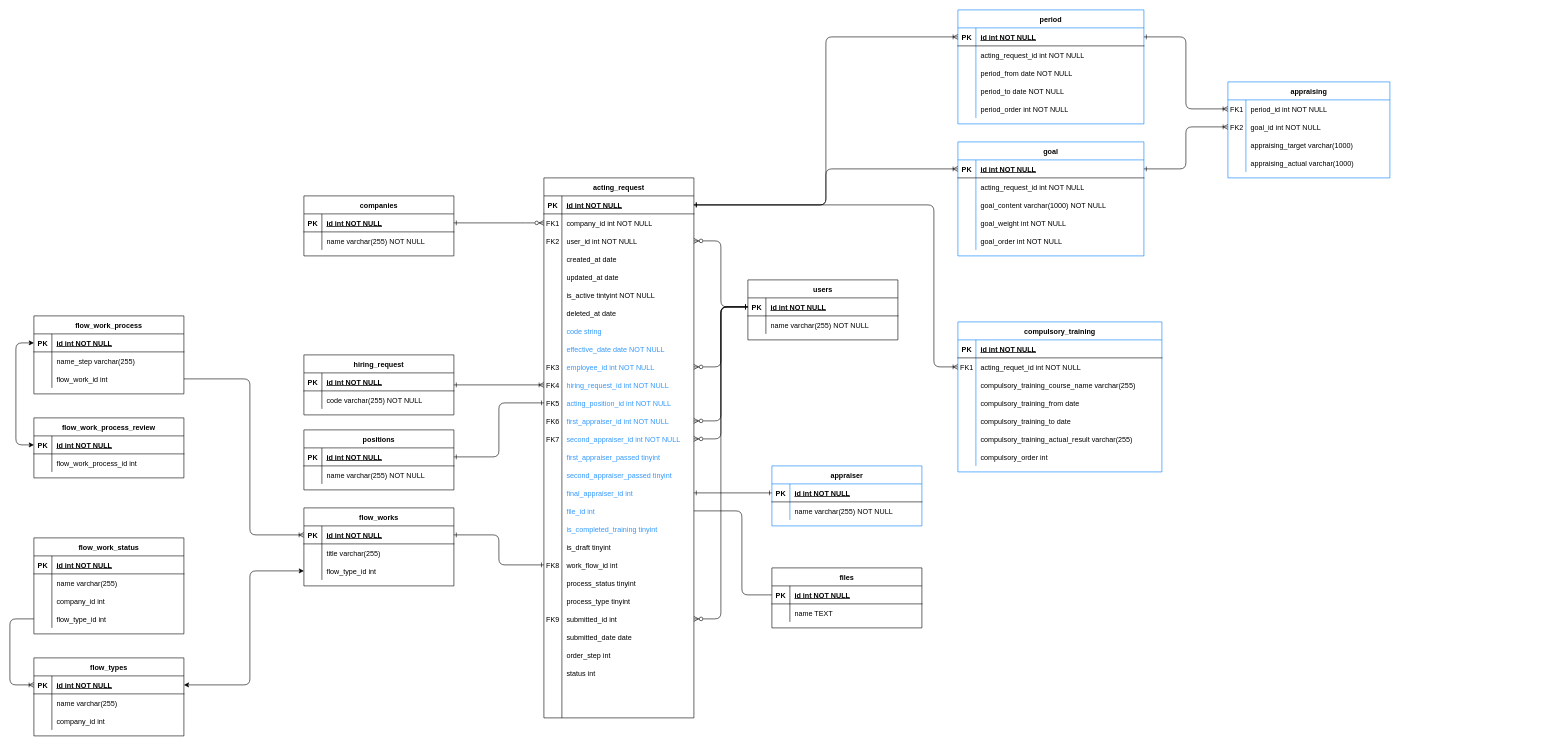
The draw.io diagram hrtech_acting_request.drawio in minh91a1/drawio, before the edit. Source tidied: cells renumbered, new cells numbered last; positions are measured from the earlier drawing's top-left corner, leaving out a move shared by most shapes. Both pictures are drawn from the tidied source at 60%, with x=0, y=0 at pixel (10, 10).
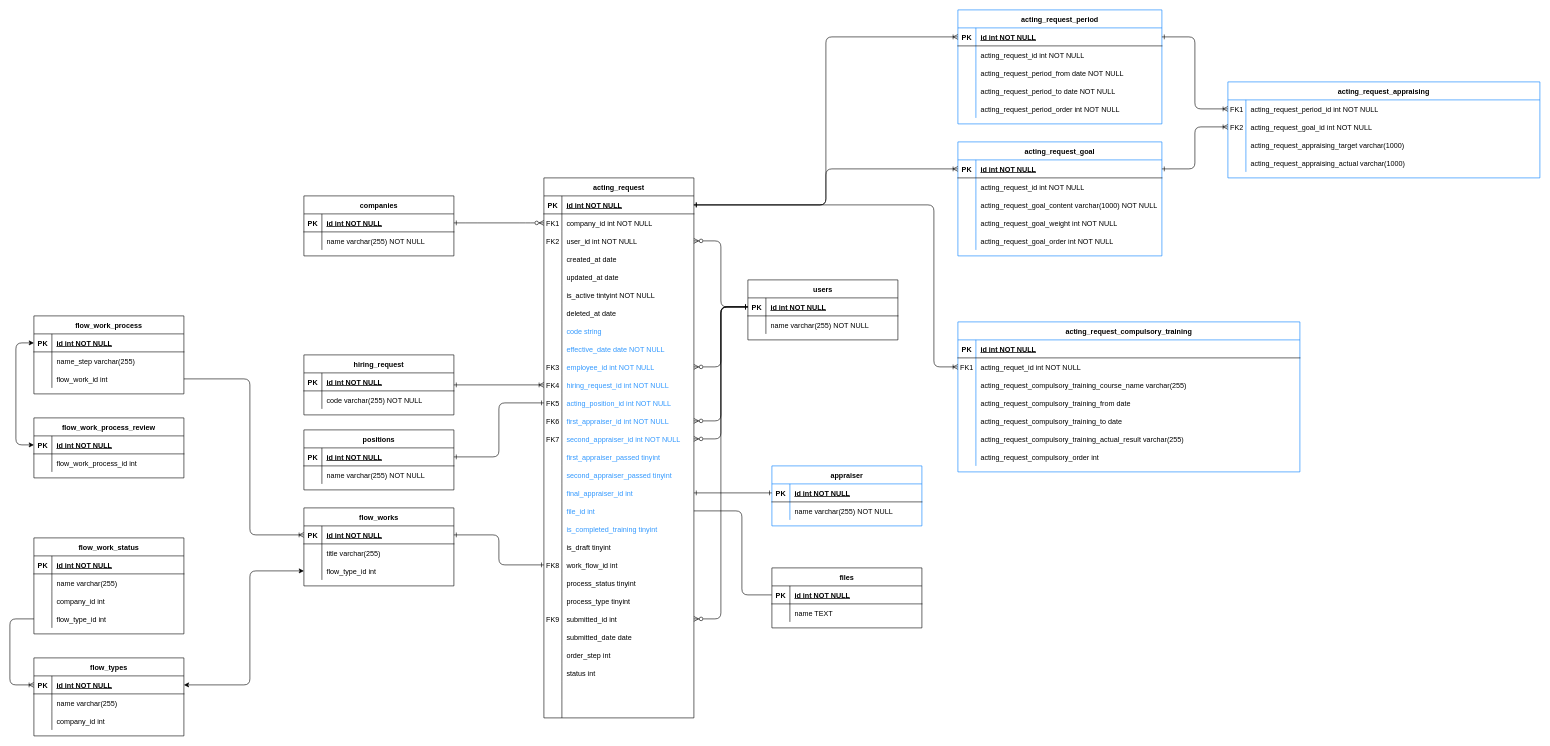
Above is the later version.

Diff of the diagram source:
```diff
@@
-    <mxCell id="132" value="period" style="shape=table;startSize=30;childLayout=tableLayout;rowLines=0;fontStyle=1;align=center;strokeColor=#007FFF;" parent="1" vertex="1">
-      <mxGeometry x="1580" width="310" height="190" as="geometry" />
+    <mxCell id="132" value="acting_request_period" style="shape=table;startSize=30;childLayout=tableLayout;rowLines=0;fontStyle=1;align=center;strokeColor=#007FFF;" parent="1" vertex="1">
+      <mxGeometry x="1580" width="340" height="190" as="geometry" />
     </mxCell>
     <mxCell id="133" style="shape=partialRectangle;fillColor=none;points=[[0,0.5],[1,0.5]];portConstraint=eastwest;top=0;left=0;right=0;bottom=1;" parent="132" vertex="1">
-      <mxGeometry y="30" width="310" height="30" as="geometry" />
+      <mxGeometry y="30" width="340" height="30" as="geometry" />
     </mxCell>
@@
     <mxCell id="135" value="id int NOT NULL " style="shape=partialRectangle;overflow=hidden;fillColor=none;top=0;left=0;bottom=0;right=0;align=left;spacingLeft=6;fontStyle=5;" parent="133" vertex="1">
-      <mxGeometry x="30" width="280" height="30" as="geometry" />
+      <mxGeometry x="30" width="310" height="30" as="geometry" />
     </mxCell>
     <mxCell id="136" style="shape=partialRectangle;fillColor=none;top=0;left=0;right=0;bottom=0;" parent="132" vertex="1">
-      <mxGeometry y="60" width="310" height="30" as="geometry" />
+      <mxGeometry y="60" width="340" height="30" as="geometry" />
     </mxCell>
@@
     <mxCell id="138" value="acting_request_id int NOT NULL" style="shape=partialRectangle;overflow=hidden;fillColor=none;top=0;left=0;bottom=0;right=0;align=left;spacingLeft=6;" parent="136" vertex="1">
-      <mxGeometry x="30" width="280" height="30" as="geometry" />
+      <mxGeometry x="30" width="310" height="30" as="geometry" />
     </mxCell>
     <mxCell id="139" style="shape=partialRectangle;fillColor=none;top=0;left=0;right=0;bottom=0;" parent="132" vertex="1">
-      <mxGeometry y="90" width="310" height="30" as="geometry" />
+      <mxGeometry y="90" width="340" height="30" as="geometry" />
     </mxCell>
@@
-    <mxCell id="141" value="period_from date NOT NULL" style="shape=partialRectangle;overflow=hidden;fillColor=none;top=0;left=0;bottom=0;right=0;align=left;spacingLeft=6;" parent="139" vertex="1">
-      <mxGeometry x="30" width="280" height="30" as="geometry" />
+    <mxCell id="141" value="acting_request_period_from date NOT NULL" style="shape=partialRectangle;overflow=hidden;fillColor=none;top=0;left=0;bottom=0;right=0;align=left;spacingLeft=6;" parent="139" vertex="1">
+      <mxGeometry x="30" width="310" height="30" as="geometry" />
     </mxCell>
     <mxCell id="142" style="shape=partialRectangle;fillColor=none;top=0;left=0;right=0;bottom=0;" parent="132" vertex="1">
-      <mxGeometry y="120" width="310" height="30" as="geometry" />
+      <mxGeometry y="120" width="340" height="30" as="geometry" />
     </mxCell>
@@
-    <mxCell id="144" value="period_to date NOT NULL" style="shape=partialRectangle;overflow=hidden;fillColor=none;top=0;left=0;bottom=0;right=0;align=left;spacingLeft=6;" parent="142" vertex="1">
-      <mxGeometry x="30" width="280" height="30" as="geometry" />
+    <mxCell id="144" value="acting_request_period_to date NOT NULL" style="shape=partialRectangle;overflow=hidden;fillColor=none;top=0;left=0;bottom=0;right=0;align=left;spacingLeft=6;" parent="142" vertex="1">
+      <mxGeometry x="30" width="310" height="30" as="geometry" />
     </mxCell>
     <mxCell id="145" style="shape=partialRectangle;fillColor=none;top=0;left=0;right=0;bottom=0;" parent="132" vertex="1">
-      <mxGeometry y="150" width="310" height="30" as="geometry" />
+      <mxGeometry y="150" width="340" height="30" as="geometry" />
     </mxCell>
@@
-    <mxCell id="147" value="period_order int NOT NULL" style="shape=partialRectangle;overflow=hidden;fillColor=none;top=0;left=0;bottom=0;right=0;align=left;spacingLeft=6;" parent="145" vertex="1">
-      <mxGeometry x="30" width="280" height="30" as="geometry" />
+    <mxCell id="147" value="acting_request_period_order int NOT NULL" style="shape=partialRectangle;overflow=hidden;fillColor=none;top=0;left=0;bottom=0;right=0;align=left;spacingLeft=6;" parent="145" vertex="1">
+      <mxGeometry x="30" width="310" height="30" as="geometry" />
     </mxCell>
-    <mxCell id="148" value="goal" style="shape=table;startSize=30;childLayout=tableLayout;rowLines=0;fontStyle=1;align=center;strokeColor=#007FFF;" parent="1" vertex="1">
-      <mxGeometry x="1580" y="220" width="310" height="190" as="geometry" />
+    <mxCell id="148" value="acting_request_goal" style="shape=table;startSize=30;childLayout=tableLayout;rowLines=0;fontStyle=1;align=center;strokeColor=#007FFF;" parent="1" vertex="1">
+      <mxGeometry x="1580" y="220" width="340" height="190" as="geometry" />
     </mxCell>
     <mxCell id="149" style="shape=partialRectangle;fillColor=none;points=[[0,0.5],[1,0.5]];portConstraint=eastwest;top=0;left=0;right=0;bottom=1;" parent="148" vertex="1">
-      <mxGeometry y="30" width="310" height="30" as="geometry" />
+      <mxGeometry y="30" width="340" height="30" as="geometry" />
     </mxCell>
@@
     <mxCell id="151" value="id int NOT NULL " style="shape=partialRectangle;overflow=hidden;fillColor=none;top=0;left=0;bottom=0;right=0;align=left;spacingLeft=6;fontStyle=5;" parent="149" vertex="1">
-      <mxGeometry x="30" width="280" height="30" as="geometry" />
+      <mxGeometry x="30" width="310" height="30" as="geometry" />
     </mxCell>
     <mxCell id="152" style="shape=partialRectangle;fillColor=none;top=0;left=0;right=0;bottom=0;" parent="148" vertex="1">
-      <mxGeometry y="60" width="310" height="30" as="geometry" />
+      <mxGeometry y="60" width="340" height="30" as="geometry" />
     </mxCell>
@@
     <mxCell id="154" value="acting_request_id int NOT NULL" style="shape=partialRectangle;overflow=hidden;fillColor=none;top=0;left=0;bottom=0;right=0;align=left;spacingLeft=6;" parent="152" vertex="1">
-      <mxGeometry x="30" width="280" height="30" as="geometry" />
+      <mxGeometry x="30" width="310" height="30" as="geometry" />
     </mxCell>
     <mxCell id="155" style="shape=partialRectangle;fillColor=none;top=0;left=0;right=0;bottom=0;" parent="148" vertex="1">
-      <mxGeometry y="90" width="310" height="30" as="geometry" />
+      <mxGeometry y="90" width="340" height="30" as="geometry" />
     </mxCell>
@@
-    <mxCell id="157" value="goal_content varchar(1000) NOT NULL" style="shape=partialRectangle;overflow=hidden;fillColor=none;top=0;left=0;bottom=0;right=0;align=left;spacingLeft=6;" parent="155" vertex="1">
-      <mxGeometry x="30" width="280" height="30" as="geometry" />
+    <mxCell id="157" value="acting_request_goal_content varchar(1000) NOT NULL" style="shape=partialRectangle;overflow=hidden;fillColor=none;top=0;left=0;bottom=0;right=0;align=left;spacingLeft=6;" parent="155" vertex="1">
+      <mxGeometry x="30" width="310" height="30" as="geometry" />
     </mxCell>
     <mxCell id="158" style="shape=partialRectangle;fillColor=none;top=0;left=0;right=0;bottom=0;" parent="148" vertex="1">
-      <mxGeometry y="120" width="310" height="30" as="geometry" />
+      <mxGeometry y="120" width="340" height="30" as="geometry" />
     </mxCell>
@@
-    <mxCell id="160" value="goal_weight int NOT NULL" style="shape=partialRectangle;overflow=hidden;fillColor=none;top=0;left=0;bottom=0;right=0;align=left;spacingLeft=6;" parent="158" vertex="1">
-      <mxGeometry x="30" width="280" height="30" as="geometry" />
+    <mxCell id="160" value="acting_request_goal_weight int NOT NULL" style="shape=partialRectangle;overflow=hidden;fillColor=none;top=0;left=0;bottom=0;right=0;align=left;spacingLeft=6;" parent="158" vertex="1">
+      <mxGeometry x="30" width="310" height="30" as="geometry" />
     </mxCell>
     <mxCell id="161" style="shape=partialRectangle;fillColor=none;top=0;left=0;right=0;bottom=0;" parent="148" vertex="1">
-      <mxGeometry y="150" width="310" height="30" as="geometry" />
+      <mxGeometry y="150" width="340" height="30" as="geometry" />
     </mxCell>
@@
-    <mxCell id="163" value="goal_order int NOT NULL" style="shape=partialRectangle;overflow=hidden;fillColor=none;top=0;left=0;bottom=0;right=0;align=left;spacingLeft=6;" parent="161" vertex="1">
-      <mxGeometry x="30" width="280" height="30" as="geometry" />
+    <mxCell id="163" value="acting_request_goal_order int NOT NULL" style="shape=partialRectangle;overflow=hidden;fillColor=none;top=0;left=0;bottom=0;right=0;align=left;spacingLeft=6;" parent="161" vertex="1">
+      <mxGeometry x="30" width="310" height="30" as="geometry" />
     </mxCell>
-    <mxCell id="164" value="appraising" style="shape=table;startSize=30;childLayout=tableLayout;rowLines=0;fontStyle=1;align=center;strokeColor=#007FFF;" parent="1" vertex="1">
-      <mxGeometry x="2030" y="120" width="270" height="160" as="geometry" />
+    <mxCell id="164" value="acting_request_appraising" style="shape=table;startSize=30;childLayout=tableLayout;rowLines=0;fontStyle=1;align=center;strokeColor=#007FFF;" parent="1" vertex="1">
+      <mxGeometry x="2030" y="120" width="520" height="160" as="geometry" />
     </mxCell>
     <mxCell id="165" style="shape=partialRectangle;fillColor=none;points=[[0,0.5],[1,0.5]];portConstraint=eastwest;top=0;left=0;right=0;bottom=0;" parent="164" vertex="1">
-      <mxGeometry y="30" width="270" height="30" as="geometry" />
+      <mxGeometry y="30" width="520" height="30" as="geometry" />
     </mxCell>
@@
-    <mxCell id="167" value="period_id int NOT NULL" style="shape=partialRectangle;overflow=hidden;fillColor=none;top=0;left=0;bottom=0;right=0;align=left;spacingLeft=6;" parent="165" vertex="1">
-      <mxGeometry x="30" width="240" height="30" as="geometry" />
+    <mxCell id="167" value="acting_request_period_id int NOT NULL" style="shape=partialRectangle;overflow=hidden;fillColor=none;top=0;left=0;bottom=0;right=0;align=left;spacingLeft=6;" parent="165" vertex="1">
+      <mxGeometry x="30" width="490" height="30" as="geometry" />
     </mxCell>
     <mxCell id="168" style="shape=partialRectangle;fillColor=none;points=[[0,0.5],[1,0.5]];portConstraint=eastwest;top=0;left=0;right=0;bottom=0;" parent="164" vertex="1">
-      <mxGeometry y="60" width="270" height="30" as="geometry" />
+      <mxGeometry y="60" width="520" height="30" as="geometry" />
     </mxCell>
@@
-    <mxCell id="170" value="goal_id int NOT NULL" style="shape=partialRectangle;overflow=hidden;fillColor=none;top=0;left=0;bottom=0;right=0;align=left;spacingLeft=6;" parent="168" vertex="1">
-      <mxGeometry x="30" width="240" height="30" as="geometry" />
+    <mxCell id="170" value="acting_request_goal_id int NOT NULL" style="shape=partialRectangle;overflow=hidden;fillColor=none;top=0;left=0;bottom=0;right=0;align=left;spacingLeft=6;" parent="168" vertex="1">
+      <mxGeometry x="30" width="490" height="30" as="geometry" />
     </mxCell>
     <mxCell id="171" style="shape=partialRectangle;fillColor=none;top=0;left=0;right=0;bottom=0;" parent="164" vertex="1">
-      <mxGeometry y="90" width="270" height="30" as="geometry" />
+      <mxGeometry y="90" width="520" height="30" as="geometry" />
     </mxCell>
@@
-    <mxCell id="173" value="appraising_target varchar(1000)" style="shape=partialRectangle;overflow=hidden;fillColor=none;top=0;left=0;bottom=0;right=0;align=left;spacingLeft=6;" parent="171" vertex="1">
-      <mxGeometry x="30" width="240" height="30" as="geometry" />
+    <mxCell id="173" value="acting_request_appraising_target varchar(1000)" style="shape=partialRectangle;overflow=hidden;fillColor=none;top=0;left=0;bottom=0;right=0;align=left;spacingLeft=6;" parent="171" vertex="1">
+      <mxGeometry x="30" width="490" height="30" as="geometry" />
     </mxCell>
     <mxCell id="174" style="shape=partialRectangle;fillColor=none;top=0;left=0;right=0;bottom=0;" parent="164" vertex="1">
-      <mxGeometry y="120" width="270" height="30" as="geometry" />
+      <mxGeometry y="120" width="520" height="30" as="geometry" />
     </mxCell>
@@
-    <mxCell id="176" value="appraising_actual varchar(1000)" style="shape=partialRectangle;overflow=hidden;fillColor=none;top=0;left=0;bottom=0;right=0;align=left;spacingLeft=6;" parent="174" vertex="1">
-      <mxGeometry x="30" width="240" height="30" as="geometry" />
+    <mxCell id="176" value="acting_request_appraising_actual varchar(1000)" style="shape=partialRectangle;overflow=hidden;fillColor=none;top=0;left=0;bottom=0;right=0;align=left;spacingLeft=6;" parent="174" vertex="1">
+      <mxGeometry x="30" width="490" height="30" as="geometry" />
     </mxCell>
@@
-    <mxCell id="179" value="compulsory_training" style="shape=table;startSize=30;childLayout=tableLayout;rowLines=0;fontStyle=1;align=center;strokeColor=#007FFF;" parent="1" vertex="1">
-      <mxGeometry x="1580" y="520" width="340" height="250" as="geometry" />
+    <mxCell id="179" value="acting_request_compulsory_training" style="shape=table;startSize=30;childLayout=tableLayout;rowLines=0;fontStyle=1;align=center;strokeColor=#007FFF;" parent="1" vertex="1">
+      <mxGeometry x="1580" y="520" width="570" height="250" as="geometry" />
     </mxCell>
     <mxCell id="180" style="shape=partialRectangle;fillColor=none;top=0;left=0;right=0;bottom=1;" parent="179" vertex="1">
-      <mxGeometry y="30" width="340" height="30" as="geometry" />
+      <mxGeometry y="30" width="570" height="30" as="geometry" />
     </mxCell>
@@
     <mxCell id="182" value="id int NOT NULL " style="shape=partialRectangle;overflow=hidden;fillColor=none;top=0;left=0;bottom=0;right=0;align=left;spacingLeft=6;fontStyle=5;" parent="180" vertex="1">
-      <mxGeometry x="30" width="310" height="30" as="geometry" />
+      <mxGeometry x="30" width="540" height="30" as="geometry" />
     </mxCell>
     <mxCell id="183" style="shape=partialRectangle;fillColor=none;points=[[0,0.5],[1,0.5]];portConstraint=eastwest;top=0;left=0;right=0;bottom=0;" parent="179" vertex="1">
-      <mxGeometry y="60" width="340" height="30" as="geometry" />
+      <mxGeometry y="60" width="570" height="30" as="geometry" />
     </mxCell>
@@
     <mxCell id="185" value="acting_requet_id int NOT NULL" style="shape=partialRectangle;overflow=hidden;fillColor=none;top=0;left=0;bottom=0;right=0;align=left;spacingLeft=6;" parent="183" vertex="1">
-      <mxGeometry x="30" width="310" height="30" as="geometry" />
+      <mxGeometry x="30" width="540" height="30" as="geometry" />
     </mxCell>
     <mxCell id="186" style="shape=partialRectangle;fillColor=none;top=0;left=0;right=0;bottom=0;" parent="179" vertex="1">
-      <mxGeometry y="90" width="340" height="30" as="geometry" />
+      <mxGeometry y="90" width="570" height="30" as="geometry" />
     </mxCell>
@@
-    <mxCell id="188" value="compulsory_training_course_name varchar(255)" style="shape=partialRectangle;overflow=hidden;fillColor=none;top=0;left=0;bottom=0;right=0;align=left;spacingLeft=6;" parent="186" vertex="1">
-      <mxGeometry x="30" width="310" height="30" as="geometry" />
+    <mxCell id="188" value="acting_request_compulsory_training_course_name varchar(255)" style="shape=partialRectangle;overflow=hidden;fillColor=none;top=0;left=0;bottom=0;right=0;align=left;spacingLeft=6;" parent="186" vertex="1">
+      <mxGeometry x="30" width="540" height="30" as="geometry" />
     </mxCell>
     <mxCell id="189" style="shape=partialRectangle;fillColor=none;top=0;left=0;right=0;bottom=0;" parent="179" vertex="1">
-      <mxGeometry y="120" width="340" height="30" as="geometry" />
+      <mxGeometry y="120" width="570" height="30" as="geometry" />
     </mxCell>
@@
-    <mxCell id="191" value="compulsory_training_from date" style="shape=partialRectangle;overflow=hidden;fillColor=none;top=0;left=0;bottom=0;right=0;align=left;spacingLeft=6;" parent="189" vertex="1">
-      <mxGeometry x="30" width="310" height="30" as="geometry" />
+    <mxCell id="191" value="acting_request_compulsory_training_from date" style="shape=partialRectangle;overflow=hidden;fillColor=none;top=0;left=0;bottom=0;right=0;align=left;spacingLeft=6;" parent="189" vertex="1">
+      <mxGeometry x="30" width="540" height="30" as="geometry" />
     </mxCell>
     <mxCell id="192" style="shape=partialRectangle;fillColor=none;top=0;left=0;right=0;bottom=0;" parent="179" vertex="1">
-      <mxGeometry y="150" width="340" height="30" as="geometry" />
+      <mxGeometry y="150" width="570" height="30" as="geometry" />
     </mxCell>
@@
-    <mxCell id="194" value="compulsory_training_to date" style="shape=partialRectangle;overflow=hidden;fillColor=none;top=0;left=0;bottom=0;right=0;align=left;spacingLeft=6;" parent="192" vertex="1">
-      <mxGeometry x="30" width="310" height="30" as="geometry" />
+    <mxCell id="194" value="acting_request_compulsory_training_to date" style="shape=partialRectangle;overflow=hidden;fillColor=none;top=0;left=0;bottom=0;right=0;align=left;spacingLeft=6;" parent="192" vertex="1">
+      <mxGeometry x="30" width="540" height="30" as="geometry" />
     </mxCell>
     <mxCell id="195" style="shape=partialRectangle;fillColor=none;top=0;left=0;right=0;bottom=0;" parent="179" vertex="1">
-      <mxGeometry y="180" width="340" height="30" as="geometry" />
+      <mxGeometry y="180" width="570" height="30" as="geometry" />
     </mxCell>
@@
-    <mxCell id="197" value="compulsory_training_actual_result varchar(255)" style="shape=partialRectangle;overflow=hidden;fillColor=none;top=0;left=0;bottom=0;right=0;align=left;spacingLeft=6;" parent="195" vertex="1">
-      <mxGeometry x="30" width="310" height="30" as="geometry" />
+    <mxCell id="197" value="acting_request_compulsory_training_actual_result varchar(255)" style="shape=partialRectangle;overflow=hidden;fillColor=none;top=0;left=0;bottom=0;right=0;align=left;spacingLeft=6;" parent="195" vertex="1">
+      <mxGeometry x="30" width="540" height="30" as="geometry" />
     </mxCell>
     <mxCell id="198" style="shape=partialRectangle;fillColor=none;top=0;left=0;right=0;bottom=0;" parent="179" vertex="1">
-      <mxGeometry y="210" width="340" height="30" as="geometry" />
+      <mxGeometry y="210" width="570" height="30" as="geometry" />
     </mxCell>
@@
-    <mxCell id="200" value="compulsory_order int" style="shape=partialRectangle;overflow=hidden;fillColor=none;top=0;left=0;bottom=0;right=0;align=left;spacingLeft=6;" parent="198" vertex="1">
-      <mxGeometry x="30" width="310" height="30" as="geometry" />
+    <mxCell id="200" value="acting_request_compulsory_order int" style="shape=partialRectangle;overflow=hidden;fillColor=none;top=0;left=0;bottom=0;right=0;align=left;spacingLeft=6;" parent="198" vertex="1">
+      <mxGeometry x="30" width="540" height="30" as="geometry" />
     </mxCell>
```
